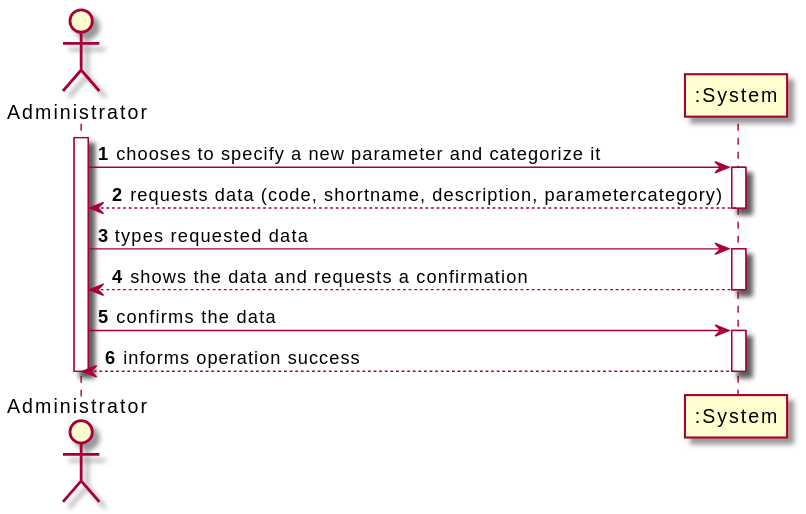
The PlantUML diagram docs/SprintB/US_10/US10_SSD.svg in RuiRioPina/LAPR2-20-21, before a commit.
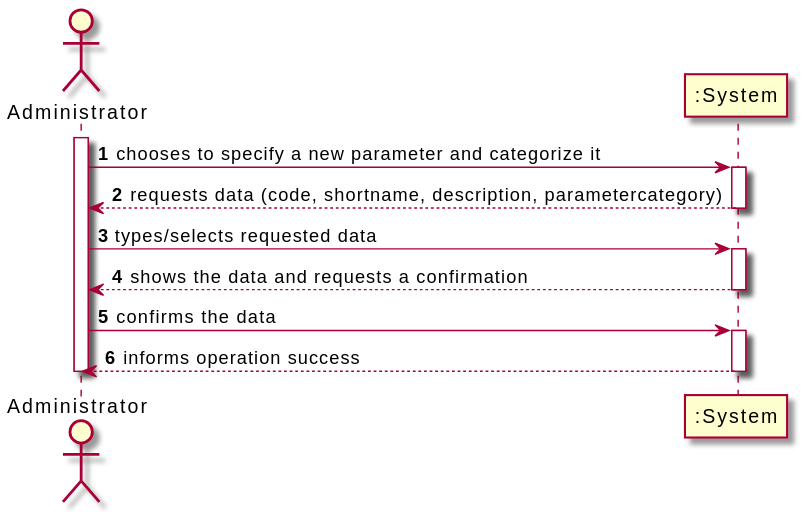
After the commit.

Diff of the diagram source:
```diff
@@ -8,7 +8,7 @@
 ":System" --> ADMIN : requests data (code, shortname, description, parametercategory)
 deactivate ":System"
 
-ADMIN -> ":System" : types requested data
+ADMIN -> ":System" : types/selects requested data
 activate ":System"
 ":System" --> ADMIN : shows the data and requests a confirmation
 deactivate ":System"
```
